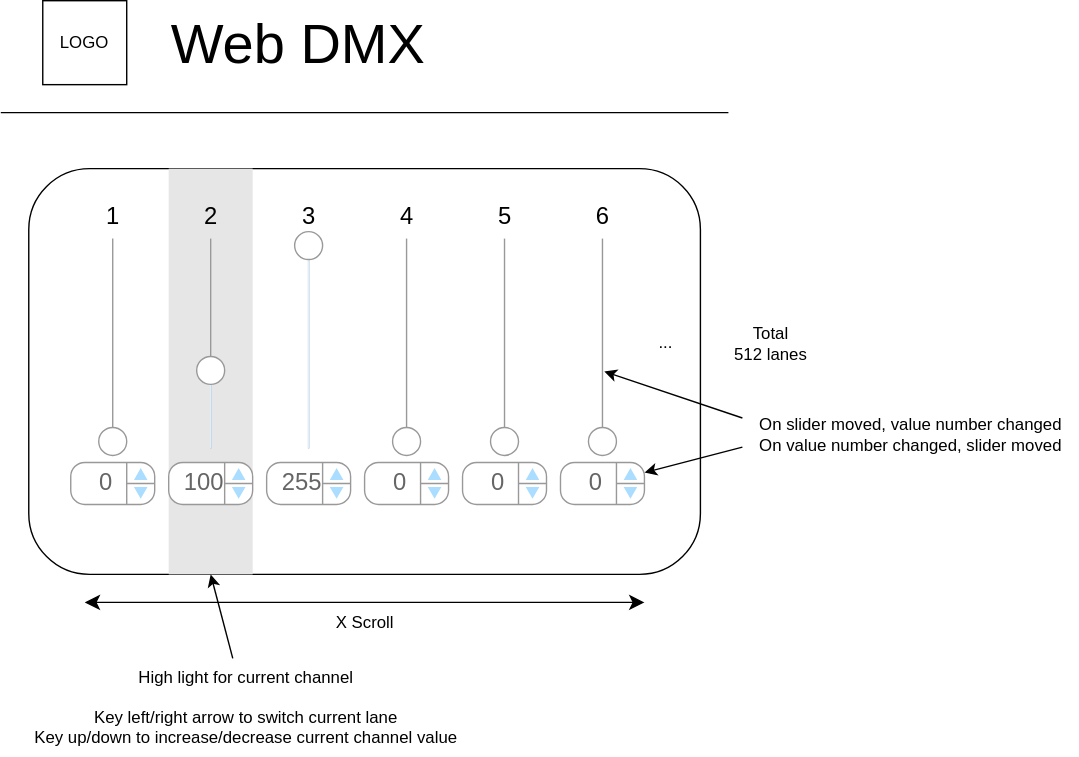
Before: designs/web-ui.drawio.svg, a diagram exported from draw.io (aKuad/web-dmx). Source tidied: cells renumbered, new cells last; positions are measured from the earlier drawing's top-left corner, leaving out a move shared by most shapes. The source it was exported from:
```xml
<mxGraphModel>
  <root>
    <mxCell id="0" />
    <mxCell id="1" parent="0" />
    <mxCell id="2" style="rounded=1;whiteSpace=wrap;html=1;" parent="1" vertex="1">
      <mxGeometry x="20" y="120" width="480" height="290" as="geometry" />
    </mxCell>
    <mxCell id="3" style="whiteSpace=wrap;html=1;strokeColor=none;fillColor=#E6E6E6;" parent="1" vertex="1">
      <mxGeometry x="120" y="120" width="60" height="290" as="geometry" />
    </mxCell>
    <mxCell id="4" style="verticalLabelPosition=bottom;shadow=0;dashed=0;align=center;html=1;verticalAlign=top;strokeWidth=1;shape=mxgraph.mockup.forms.horSlider;strokeColor=#999999;sliderStyle=basic;sliderPos=0;handleStyle=circle;fillColor2=#ddeeff;direction=north;" parent="1" vertex="1">
      <mxGeometry x="65" y="170" width="30" height="150" as="geometry" />
    </mxCell>
    <mxCell id="5" value="&lt;table cellpadding=&quot;0&quot; cellspacing=&quot;0&quot; style=&quot;width:100%;height:100%;&quot;&gt;&lt;tbody&gt;&lt;tr&gt;&lt;td style=&quot;width:85%&quot;&gt;0&lt;/td&gt;&lt;td style=&quot;width:15%&quot;&gt;&lt;/td&gt;&lt;/tr&gt;&lt;/tbody&gt;&lt;/table&gt;" style="strokeWidth=1;shadow=0;dashed=0;align=center;html=1;shape=mxgraph.mockup.forms.spinner;strokeColor=#999999;spinLayout=right;spinStyle=normal;adjStyle=triangle;fillColor=#aaddff;fontSize=17;fontColor=#666666;mainText=;html=1;overflow=fill;" parent="1" vertex="1">
      <mxGeometry x="50" y="330" width="60" height="30" as="geometry" />
    </mxCell>
    <mxCell id="6" value="1" style="text;html=1;align=center;verticalAlign=middle;strokeColor=none;fillColor=none;fontSize=17;" parent="1" vertex="1">
      <mxGeometry x="65" y="140" width="30" height="30" as="geometry" />
    </mxCell>
    <mxCell id="7" style="verticalLabelPosition=bottom;shadow=0;dashed=0;align=center;html=1;verticalAlign=top;strokeWidth=1;shape=mxgraph.mockup.forms.horSlider;strokeColor=#999999;sliderStyle=basic;sliderPos=36.267;handleStyle=circle;fillColor2=#ddeeff;direction=north;" parent="1" vertex="1">
      <mxGeometry x="135" y="170" width="30" height="150" as="geometry" />
    </mxCell>
    <mxCell id="8" value="&lt;table cellpadding=&quot;0&quot; cellspacing=&quot;0&quot; style=&quot;width:100%;height:100%;&quot;&gt;&lt;tbody&gt;&lt;tr&gt;&lt;td style=&quot;width:85%&quot;&gt;100&lt;/td&gt;&lt;td style=&quot;width:15%&quot;&gt;&lt;/td&gt;&lt;/tr&gt;&lt;/tbody&gt;&lt;/table&gt;" style="strokeWidth=1;shadow=0;dashed=0;align=center;html=1;shape=mxgraph.mockup.forms.spinner;strokeColor=#999999;spinLayout=right;spinStyle=normal;adjStyle=triangle;fillColor=#aaddff;fontSize=17;fontColor=#666666;mainText=;html=1;overflow=fill;" parent="1" vertex="1">
      <mxGeometry x="120" y="330" width="60" height="30" as="geometry" />
    </mxCell>
    <mxCell id="9" value="2" style="text;html=1;align=center;verticalAlign=middle;strokeColor=none;fillColor=none;fontSize=17;" parent="1" vertex="1">
      <mxGeometry x="135" y="140" width="30" height="30" as="geometry" />
    </mxCell>
    <mxCell id="10" style="verticalLabelPosition=bottom;shadow=0;dashed=0;align=center;html=1;verticalAlign=top;strokeWidth=1;shape=mxgraph.mockup.forms.horSlider;strokeColor=#999999;sliderStyle=basic;sliderPos=100;handleStyle=circle;fillColor2=#ddeeff;direction=north;" parent="1" vertex="1">
      <mxGeometry x="205" y="170" width="30" height="150" as="geometry" />
    </mxCell>
    <mxCell id="11" value="&lt;table cellpadding=&quot;0&quot; cellspacing=&quot;0&quot; style=&quot;width:100%;height:100%;&quot;&gt;&lt;tbody&gt;&lt;tr&gt;&lt;td style=&quot;width:85%&quot;&gt;255&lt;/td&gt;&lt;td style=&quot;width:15%&quot;&gt;&lt;/td&gt;&lt;/tr&gt;&lt;/tbody&gt;&lt;/table&gt;" style="strokeWidth=1;shadow=0;dashed=0;align=center;html=1;shape=mxgraph.mockup.forms.spinner;strokeColor=#999999;spinLayout=right;spinStyle=normal;adjStyle=triangle;fillColor=#aaddff;fontSize=17;fontColor=#666666;mainText=;html=1;overflow=fill;" parent="1" vertex="1">
      <mxGeometry x="190" y="330" width="60" height="30" as="geometry" />
    </mxCell>
    <mxCell id="12" value="3" style="text;html=1;align=center;verticalAlign=middle;strokeColor=none;fillColor=none;fontSize=17;" parent="1" vertex="1">
      <mxGeometry x="205" y="140" width="30" height="30" as="geometry" />
    </mxCell>
    <mxCell id="13" style="verticalLabelPosition=bottom;shadow=0;dashed=0;align=center;html=1;verticalAlign=top;strokeWidth=1;shape=mxgraph.mockup.forms.horSlider;strokeColor=#999999;sliderStyle=basic;sliderPos=0;handleStyle=circle;fillColor2=#ddeeff;direction=north;" parent="1" vertex="1">
      <mxGeometry x="275" y="170" width="30" height="150" as="geometry" />
    </mxCell>
    <mxCell id="14" value="&lt;table cellpadding=&quot;0&quot; cellspacing=&quot;0&quot; style=&quot;width:100%;height:100%;&quot;&gt;&lt;tbody&gt;&lt;tr&gt;&lt;td style=&quot;width:85%&quot;&gt;0&lt;/td&gt;&lt;td style=&quot;width:15%&quot;&gt;&lt;/td&gt;&lt;/tr&gt;&lt;/tbody&gt;&lt;/table&gt;" style="strokeWidth=1;shadow=0;dashed=0;align=center;html=1;shape=mxgraph.mockup.forms.spinner;strokeColor=#999999;spinLayout=right;spinStyle=normal;adjStyle=triangle;fillColor=#aaddff;fontSize=17;fontColor=#666666;mainText=;html=1;overflow=fill;" parent="1" vertex="1">
      <mxGeometry x="260" y="330" width="60" height="30" as="geometry" />
    </mxCell>
    <mxCell id="15" value="4" style="text;html=1;align=center;verticalAlign=middle;strokeColor=none;fillColor=none;fontSize=17;" parent="1" vertex="1">
      <mxGeometry x="275" y="140" width="30" height="30" as="geometry" />
    </mxCell>
    <mxCell id="16" style="edgeStyle=none;orthogonalLoop=1;jettySize=auto;html=1;endArrow=classic;startArrow=classic;endSize=8;startSize=8;" parent="1" edge="1">
      <mxGeometry relative="1" as="geometry">
        <mxPoint x="60" y="430" as="sourcePoint" />
        <mxPoint x="460" y="430" as="targetPoint" />
      </mxGeometry>
    </mxCell>
    <mxCell id="17" value="X Scroll" style="text;html=1;align=center;verticalAlign=middle;strokeColor=none;fillColor=none;" parent="1" vertex="1">
      <mxGeometry x="230" y="430" width="60" height="30" as="geometry" />
    </mxCell>
    <mxCell id="18" style="verticalLabelPosition=bottom;shadow=0;dashed=0;align=center;html=1;verticalAlign=top;strokeWidth=1;shape=mxgraph.mockup.forms.horSlider;strokeColor=#999999;sliderStyle=basic;sliderPos=0;handleStyle=circle;fillColor2=#ddeeff;direction=north;" parent="1" vertex="1">
      <mxGeometry x="345" y="170" width="30" height="150" as="geometry" />
    </mxCell>
    <mxCell id="19" value="&lt;table cellpadding=&quot;0&quot; cellspacing=&quot;0&quot; style=&quot;width:100%;height:100%;&quot;&gt;&lt;tbody&gt;&lt;tr&gt;&lt;td style=&quot;width:85%&quot;&gt;0&lt;/td&gt;&lt;td style=&quot;width:15%&quot;&gt;&lt;/td&gt;&lt;/tr&gt;&lt;/tbody&gt;&lt;/table&gt;" style="strokeWidth=1;shadow=0;dashed=0;align=center;html=1;shape=mxgraph.mockup.forms.spinner;strokeColor=#999999;spinLayout=right;spinStyle=normal;adjStyle=triangle;fillColor=#aaddff;fontSize=17;fontColor=#666666;mainText=;html=1;overflow=fill;" parent="1" vertex="1">
      <mxGeometry x="330" y="330" width="60" height="30" as="geometry" />
    </mxCell>
    <mxCell id="20" value="5" style="text;html=1;align=center;verticalAlign=middle;strokeColor=none;fillColor=none;fontSize=17;" parent="1" vertex="1">
      <mxGeometry x="345" y="140" width="30" height="30" as="geometry" />
    </mxCell>
    <mxCell id="21" style="verticalLabelPosition=bottom;shadow=0;dashed=0;align=center;html=1;verticalAlign=top;strokeWidth=1;shape=mxgraph.mockup.forms.horSlider;strokeColor=#999999;sliderStyle=basic;sliderPos=0;handleStyle=circle;fillColor2=#ddeeff;direction=north;" parent="1" vertex="1">
      <mxGeometry x="415" y="170" width="30" height="150" as="geometry" />
    </mxCell>
    <mxCell id="22" value="&lt;table cellpadding=&quot;0&quot; cellspacing=&quot;0&quot; style=&quot;width:100%;height:100%;&quot;&gt;&lt;tbody&gt;&lt;tr&gt;&lt;td style=&quot;width:85%&quot;&gt;0&lt;/td&gt;&lt;td style=&quot;width:15%&quot;&gt;&lt;/td&gt;&lt;/tr&gt;&lt;/tbody&gt;&lt;/table&gt;" style="strokeWidth=1;shadow=0;dashed=0;align=center;html=1;shape=mxgraph.mockup.forms.spinner;strokeColor=#999999;spinLayout=right;spinStyle=normal;adjStyle=triangle;fillColor=#aaddff;fontSize=17;fontColor=#666666;mainText=;html=1;overflow=fill;" parent="1" vertex="1">
      <mxGeometry x="400" y="330" width="60" height="30" as="geometry" />
    </mxCell>
    <mxCell id="23" value="6" style="text;html=1;align=center;verticalAlign=middle;strokeColor=none;fillColor=none;fontSize=17;" parent="1" vertex="1">
      <mxGeometry x="415" y="140" width="30" height="30" as="geometry" />
    </mxCell>
    <mxCell id="24" value="..." style="text;html=1;align=center;verticalAlign=middle;strokeColor=none;fillColor=none;" parent="1" vertex="1">
      <mxGeometry x="460" y="230" width="30" height="30" as="geometry" />
    </mxCell>
    <mxCell id="25" value="Web DMX" style="text;html=1;align=left;verticalAlign=middle;strokeColor=none;fillColor=none;fontSize=40;" parent="1" vertex="1">
      <mxGeometry x="120" width="210" height="60" as="geometry" />
    </mxCell>
    <mxCell id="26" value="LOGO" style="whiteSpace=wrap;html=1;" parent="1" vertex="1">
      <mxGeometry x="30" width="60" height="60" as="geometry" />
    </mxCell>
    <mxCell id="27" style="edgeStyle=none;orthogonalLoop=1;jettySize=auto;html=1;endArrow=none;endFill=0;" parent="1" edge="1">
      <mxGeometry relative="1" as="geometry">
        <mxPoint y="80" as="sourcePoint" />
        <mxPoint x="520" y="80" as="targetPoint" />
      </mxGeometry>
    </mxCell>
    <mxCell id="28" value="&lt;div&gt;Total&lt;/div&gt;512 lanes" style="text;html=1;align=center;verticalAlign=middle;strokeColor=none;fillColor=none;" parent="1" vertex="1">
      <mxGeometry x="510" y="225" width="80" height="40" as="geometry" />
    </mxCell>
    <mxCell id="29" style="edgeStyle=none;jettySize=auto;html=1;entryX=0.5;entryY=1;entryDx=0;entryDy=0;" parent="1" edge="1" source="30" target="3">
      <mxGeometry relative="1" as="geometry" />
    </mxCell>
    <mxCell id="30" value="High light for&amp;nbsp;&lt;span style=&quot;background-color: transparent;&quot;&gt;current channel&lt;/span&gt;&lt;div&gt;&lt;br&gt;&lt;/div&gt;&lt;div&gt;&lt;span style=&quot;color: rgb(0, 0, 0);&quot;&gt;Key left/right arrow to switch current lane&lt;/span&gt;&lt;div&gt;Key up/down to increase/decrease current channel value&lt;/div&gt;&lt;/div&gt;" style="text;html=1;align=center;verticalAlign=middle;points=[];strokeColor=none;fillColor=none;" parent="1" vertex="1">
      <mxGeometry x="10" y="470" width="330" height="70" as="geometry" />
    </mxCell>
    <mxCell id="31" value="On slider moved, value number changed&lt;div&gt;On value number changed, slider moved&lt;/div&gt;" style="text;html=1;align=center;verticalAlign=middle;points=[];strokeColor=none;fillColor=none;" parent="1" vertex="1">
      <mxGeometry x="530" y="290" width="240" height="40" as="geometry" />
    </mxCell>
    <mxCell id="32" style="edgeStyle=none;html=1;entryX=0.367;entryY=0.544;entryDx=0;entryDy=0;entryPerimeter=0;exitX=0;exitY=0.206;exitDx=0;exitDy=0;exitPerimeter=0;" parent="1" edge="1" source="31" target="21">
      <mxGeometry relative="1" as="geometry" />
    </mxCell>
    <mxCell id="33" style="edgeStyle=none;html=1;exitX=0;exitY=0.726;exitDx=0;exitDy=0;exitPerimeter=0;" parent="1" edge="1" source="31" target="22">
      <mxGeometry relative="1" as="geometry" />
    </mxCell>
  </root>
</mxGraphModel>
```
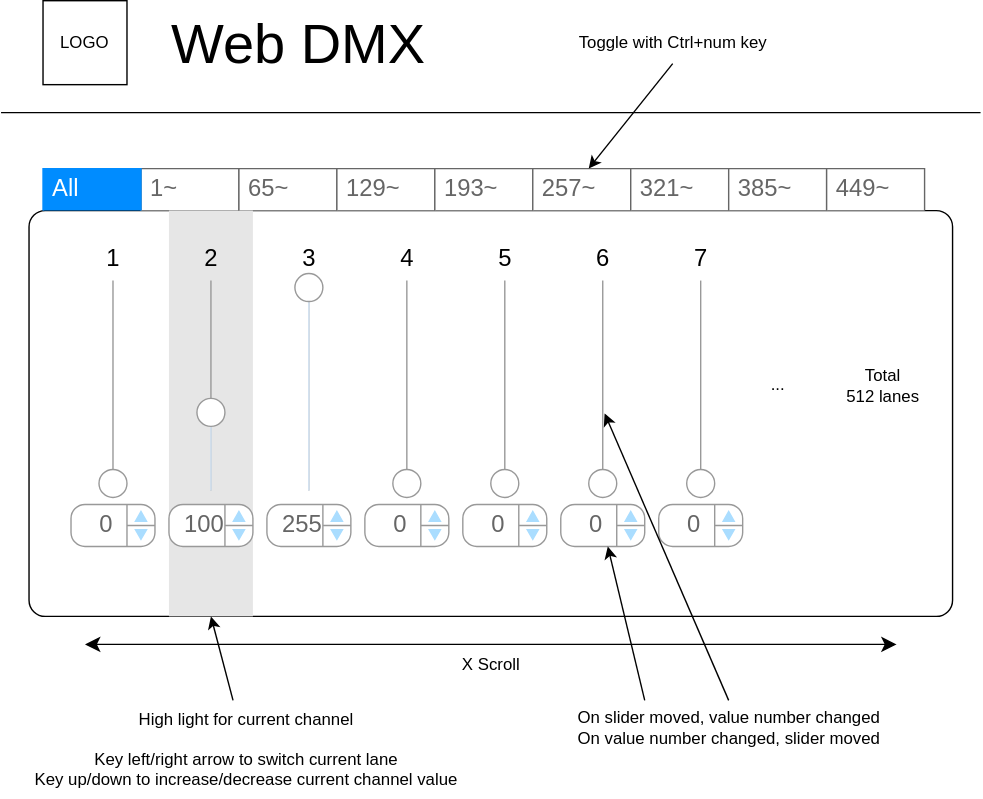
Later version of the same file.

Commit message:
Mod: UI drawing update for channel fader tabs addition

Diff of the diagram source:
```diff
@@ -2,8 +2,8 @@
   <root>
     <mxCell id="0" />
     <mxCell id="1" parent="0" />
-    <mxCell id="2" style="rounded=1;whiteSpace=wrap;html=1;" parent="1" vertex="1">
-      <mxGeometry x="20" y="120" width="480" height="290" as="geometry" />
+    <mxCell id="2" style="rounded=1;whiteSpace=wrap;html=1;arcSize=4;fillColor=default;" parent="1" vertex="1">
+      <mxGeometry x="20" y="120" width="660" height="290" as="geometry" />
     </mxCell>
     <mxCell id="3" style="whiteSpace=wrap;html=1;strokeColor=none;fillColor=#E6E6E6;" parent="1" vertex="1">
       <mxGeometry x="120" y="120" width="60" height="290" as="geometry" />
@@ -47,11 +47,11 @@
     <mxCell id="16" style="edgeStyle=none;orthogonalLoop=1;jettySize=auto;html=1;endArrow=classic;startArrow=classic;endSize=8;startSize=8;" parent="1" edge="1">
       <mxGeometry relative="1" as="geometry">
         <mxPoint x="60" y="430" as="sourcePoint" />
-        <mxPoint x="460" y="430" as="targetPoint" />
+        <mxPoint x="640" y="430" as="targetPoint" />
       </mxGeometry>
     </mxCell>
     <mxCell id="17" value="X Scroll" style="text;html=1;align=center;verticalAlign=middle;strokeColor=none;fillColor=none;" parent="1" vertex="1">
-      <mxGeometry x="230" y="430" width="60" height="30" as="geometry" />
+      <mxGeometry x="320" y="430" width="60" height="30" as="geometry" />
     </mxCell>
     <mxCell id="18" style="verticalLabelPosition=bottom;shadow=0;dashed=0;align=center;html=1;verticalAlign=top;strokeWidth=1;shape=mxgraph.mockup.forms.horSlider;strokeColor=#999999;sliderStyle=basic;sliderPos=0;handleStyle=circle;fillColor2=#ddeeff;direction=north;" parent="1" vertex="1">
       <mxGeometry x="345" y="170" width="30" height="150" as="geometry" />
@@ -72,22 +72,22 @@
       <mxGeometry x="415" y="140" width="30" height="30" as="geometry" />
     </mxCell>
     <mxCell id="24" value="..." style="text;html=1;align=center;verticalAlign=middle;strokeColor=none;fillColor=none;" parent="1" vertex="1">
-      <mxGeometry x="460" y="230" width="30" height="30" as="geometry" />
+      <mxGeometry x="540" y="230" width="30" height="30" as="geometry" />
     </mxCell>
     <mxCell id="25" value="Web DMX" style="text;html=1;align=left;verticalAlign=middle;strokeColor=none;fillColor=none;fontSize=40;" parent="1" vertex="1">
-      <mxGeometry x="120" width="210" height="60" as="geometry" />
+      <mxGeometry x="120" y="-30" width="210" height="60" as="geometry" />
     </mxCell>
     <mxCell id="26" value="LOGO" style="whiteSpace=wrap;html=1;" parent="1" vertex="1">
-      <mxGeometry x="30" width="60" height="60" as="geometry" />
+      <mxGeometry x="30" y="-30" width="60" height="60" as="geometry" />
     </mxCell>
     <mxCell id="27" style="edgeStyle=none;orthogonalLoop=1;jettySize=auto;html=1;endArrow=none;endFill=0;" parent="1" edge="1">
       <mxGeometry relative="1" as="geometry">
-        <mxPoint y="80" as="sourcePoint" />
-        <mxPoint x="520" y="80" as="targetPoint" />
+        <mxPoint y="50" as="sourcePoint" />
+        <mxPoint x="700" y="50" as="targetPoint" />
       </mxGeometry>
     </mxCell>
     <mxCell id="28" value="&lt;div&gt;Total&lt;/div&gt;512 lanes" style="text;html=1;align=center;verticalAlign=middle;strokeColor=none;fillColor=none;" parent="1" vertex="1">
-      <mxGeometry x="510" y="225" width="80" height="40" as="geometry" />
+      <mxGeometry x="590" y="225" width="80" height="40" as="geometry" />
     </mxCell>
     <mxCell id="29" style="edgeStyle=none;jettySize=auto;html=1;entryX=0.5;entryY=1;entryDx=0;entryDy=0;" parent="1" edge="1" source="30" target="3">
       <mxGeometry relative="1" as="geometry" />
@@ -96,13 +96,55 @@
       <mxGeometry x="10" y="470" width="330" height="70" as="geometry" />
     </mxCell>
     <mxCell id="31" value="On slider moved, value number changed&lt;div&gt;On value number changed, slider moved&lt;/div&gt;" style="text;html=1;align=center;verticalAlign=middle;points=[];strokeColor=none;fillColor=none;" parent="1" vertex="1">
-      <mxGeometry x="530" y="290" width="240" height="40" as="geometry" />
+      <mxGeometry x="400" y="470" width="240" height="40" as="geometry" />
     </mxCell>
+    <mxCell id="34" value="1~" style="strokeWidth=1;shadow=0;dashed=0;align=center;html=1;shape=mxgraph.mockup.forms.uRect;fontSize=17;fontColor=#666666;align=left;spacingLeft=5;strokeColor=#666666;" parent="1" vertex="1">
+      <mxGeometry x="100" y="90" width="70" height="30" as="geometry" />
+    </mxCell>
+    <mxCell id="35" value="65~" style="strokeWidth=1;shadow=0;dashed=0;align=center;html=1;shape=mxgraph.mockup.forms.uRect;fontSize=17;fontColor=#666666;align=left;spacingLeft=5;strokeColor=#666666;" parent="1" vertex="1">
+      <mxGeometry x="170" y="90" width="70" height="30" as="geometry" />
+    </mxCell>
+    <mxCell id="36" value="All" style="strokeWidth=1;shadow=0;dashed=0;align=center;html=1;shape=mxgraph.mockup.forms.uRect;fontSize=17;fontColor=#ffffff;align=left;spacingLeft=5;strokeColor=#008cff;fillColor=#008cff;" parent="1" vertex="1">
+      <mxGeometry x="30" y="90" width="70" height="30" as="geometry" />
+    </mxCell>
+    <mxCell id="37" value="129~" style="strokeWidth=1;shadow=0;dashed=0;align=center;html=1;shape=mxgraph.mockup.forms.uRect;fontSize=17;fontColor=#666666;align=left;spacingLeft=5;strokeColor=#666666;" parent="1" vertex="1">
+      <mxGeometry x="240" y="90" width="70" height="30" as="geometry" />
+    </mxCell>
+    <mxCell id="38" value="193~" style="strokeWidth=1;shadow=0;dashed=0;align=center;html=1;shape=mxgraph.mockup.forms.uRect;fontSize=17;fontColor=#666666;align=left;spacingLeft=5;strokeColor=#666666;" parent="1" vertex="1">
+      <mxGeometry x="310" y="90" width="70" height="30" as="geometry" />
+    </mxCell>
+    <mxCell id="39" value="257~" style="strokeWidth=1;shadow=0;dashed=0;align=center;html=1;shape=mxgraph.mockup.forms.uRect;fontSize=17;fontColor=#666666;align=left;spacingLeft=5;strokeColor=#666666;" parent="1" vertex="1">
+      <mxGeometry x="380" y="90" width="70" height="30" as="geometry" />
+    </mxCell>
+    <mxCell id="40" value="321~" style="strokeWidth=1;shadow=0;dashed=0;align=center;html=1;shape=mxgraph.mockup.forms.uRect;fontSize=17;fontColor=#666666;align=left;spacingLeft=5;strokeColor=#666666;" parent="1" vertex="1">
+      <mxGeometry x="450" y="90" width="70" height="30" as="geometry" />
+    </mxCell>
+    <mxCell id="41" value="385~" style="strokeWidth=1;shadow=0;dashed=0;align=center;html=1;shape=mxgraph.mockup.forms.uRect;fontSize=17;fontColor=#666666;align=left;spacingLeft=5;strokeColor=#666666;" parent="1" vertex="1">
+      <mxGeometry x="520" y="90" width="70" height="30" as="geometry" />
+    </mxCell>
+    <mxCell id="42" value="449~" style="strokeWidth=1;shadow=0;dashed=0;align=center;html=1;shape=mxgraph.mockup.forms.uRect;fontSize=17;fontColor=#666666;align=left;spacingLeft=5;strokeColor=#666666;" parent="1" vertex="1">
+      <mxGeometry x="590" y="90" width="70" height="30" as="geometry" />
+    </mxCell>
+    <mxCell id="43" style="verticalLabelPosition=bottom;shadow=0;dashed=0;align=center;html=1;verticalAlign=top;strokeWidth=1;shape=mxgraph.mockup.forms.horSlider;strokeColor=#999999;sliderStyle=basic;sliderPos=0;handleStyle=circle;fillColor2=#ddeeff;direction=north;" parent="1" vertex="1">
+      <mxGeometry x="485" y="170" width="30" height="150" as="geometry" />
+    </mxCell>
+    <mxCell id="44" value="&lt;table cellpadding=&quot;0&quot; cellspacing=&quot;0&quot; style=&quot;width:100%;height:100%;&quot;&gt;&lt;tbody&gt;&lt;tr&gt;&lt;td style=&quot;width:85%&quot;&gt;0&lt;/td&gt;&lt;td style=&quot;width:15%&quot;&gt;&lt;/td&gt;&lt;/tr&gt;&lt;/tbody&gt;&lt;/table&gt;" style="strokeWidth=1;shadow=0;dashed=0;align=center;html=1;shape=mxgraph.mockup.forms.spinner;strokeColor=#999999;spinLayout=right;spinStyle=normal;adjStyle=triangle;fillColor=#aaddff;fontSize=17;fontColor=#666666;mainText=;html=1;overflow=fill;" parent="1" vertex="1">
+      <mxGeometry x="470" y="330" width="60" height="30" as="geometry" />
+    </mxCell>
+    <mxCell id="45" value="7" style="text;html=1;align=center;verticalAlign=middle;strokeColor=none;fillColor=none;fontSize=17;" parent="1" vertex="1">
+      <mxGeometry x="485" y="140" width="30" height="30" as="geometry" />
+    </mxCell>
-    <mxCell id="32" style="edgeStyle=none;html=1;entryX=0.367;entryY=0.544;entryDx=0;entryDy=0;entryPerimeter=0;exitX=0;exitY=0.206;exitDx=0;exitDy=0;exitPerimeter=0;" parent="1" edge="1" source="31" target="21">
+    <mxCell id="32" style="edgeStyle=none;html=1;entryX=0.367;entryY=0.544;entryDx=0;entryDy=0;entryPerimeter=0;exitX=0.5;exitY=0;exitDx=0;exitDy=0;exitPerimeter=0;" parent="1" edge="1" source="31" target="21">
       <mxGeometry relative="1" as="geometry" />
     </mxCell>
-    <mxCell id="33" style="edgeStyle=none;html=1;exitX=0;exitY=0.726;exitDx=0;exitDy=0;exitPerimeter=0;" parent="1" edge="1" source="31" target="22">
+    <mxCell id="33" style="edgeStyle=none;html=1;exitX=0.25;exitY=0;exitDx=0;exitDy=0;exitPerimeter=0;" parent="1" edge="1" source="31" target="22">
       <mxGeometry relative="1" as="geometry" />
     </mxCell>
+    <mxCell id="46" style="edgeStyle=none;html=1;exitX=0.5;exitY=1;exitDx=0;exitDy=0;exitPerimeter=0;entryX=0.571;entryY=0;entryDx=0;entryDy=0;entryPerimeter=0;" parent="1" edge="1" source="47" target="39">
+      <mxGeometry relative="1" as="geometry" />
+    </mxCell>
+    <mxCell id="47" value="Toggle with Ctrl+num key" style="text;html=1;align=center;verticalAlign=middle;points=[];strokeColor=none;fillColor=none;" parent="1" vertex="1">
+      <mxGeometry x="400" y="-15" width="160" height="30" as="geometry" />
+    </mxCell>
   </root>
 </mxGraphModel>
```
